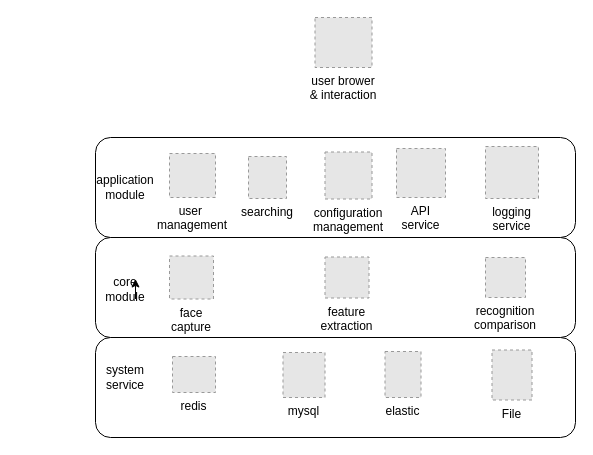
Above: mas_framework.drawio in frankyzf/drawio (draw.io), before the change. Source tidied: cells renumbered, new cells numbered last; positions are measured from the earlier drawing's top-left corner, leaving out a move shared by most shapes. Both pictures are drawn from the tidied source at 100%, with x=0, y=0 at pixel (95, 17). Pictures stored in the file or linked from it are replaced by grey dashed boxes.
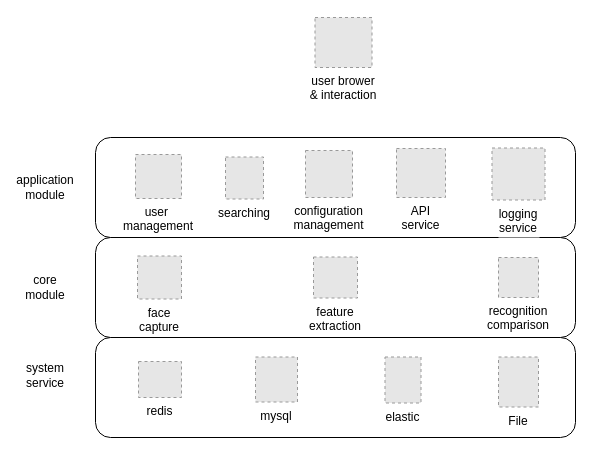
After the change.

The edit, as a diff of the source:
```diff
@@
     <mxCell id="3" value="system service" style="text;html=1;strokeColor=none;fillColor=none;align=center;verticalAlign=middle;whiteSpace=wrap;rounded=0;" parent="1" vertex="1">
-      <mxGeometry x="10" y="350" width="40" height="20" as="geometry" />
+      <mxGeometry x="-70" y="347.5" width="40" height="20" as="geometry" />
     </mxCell>
     <mxCell id="4" value="redis" style="fillColor=#E6E6E6;strokeColor=#999999;dashed=1;verticalLabelPosition=bottom;labelBackgroundColor=#ffffff;verticalAlign=top;" parent="1" vertex="1">
-      <mxGeometry x="77" y="339" width="43" height="36" as="geometry" />
+      <mxGeometry x="43" y="344" width="43" height="36" as="geometry" />
     </mxCell>
     <mxCell id="5" value="mysql" style="fillColor=#E6E6E6;strokeColor=#999999;dashed=1;verticalLabelPosition=bottom;labelBackgroundColor=#ffffff;verticalAlign=top;" parent="1" vertex="1">
-      <mxGeometry x="187.5" y="335" width="42" height="45" as="geometry" />
+      <mxGeometry x="160" y="339.5" width="42" height="45" as="geometry" />
     </mxCell>
     <mxCell id="6" value="elastic" style="fillColor=#E6E6E6;strokeColor=#999999;dashed=1;verticalLabelPosition=bottom;labelBackgroundColor=#ffffff;verticalAlign=top;" parent="1" vertex="1">
-      <mxGeometry x="289.5" y="334" width="36" height="46" as="geometry" />
+      <mxGeometry x="289.5" y="339.5" width="36" height="46" as="geometry" />
     </mxCell>
     <mxCell id="7" value="File" style="fillColor=#E6E6E6;strokeColor=#999999;dashed=1;verticalLabelPosition=bottom;labelBackgroundColor=#ffffff;verticalAlign=top;" parent="1" vertex="1">
-      <mxGeometry x="396.5" y="332.5" width="40" height="50" as="geometry" />
+      <mxGeometry x="403" y="339.5" width="40" height="50" as="geometry" />
     </mxCell>
@@
     <mxCell id="9" value="core module" style="text;html=1;strokeColor=none;fillColor=none;align=center;verticalAlign=middle;whiteSpace=wrap;rounded=0;" parent="1" vertex="1">
-      <mxGeometry x="10" y="261.5" width="40" height="20" as="geometry" />
+      <mxGeometry x="-70" y="260" width="40" height="20" as="geometry" />
     </mxCell>
     <mxCell id="10" value="face&#10;capture" style="fillColor=#E6E6E6;strokeColor=#999999;dashed=1;verticalLabelPosition=bottom;labelBackgroundColor=#ffffff;verticalAlign=top;" parent="1" vertex="1">
-      <mxGeometry x="74" y="238.5" width="44" height="43" as="geometry" />
+      <mxGeometry x="42" y="238.5" width="44" height="43" as="geometry" />
     </mxCell>
     <mxCell id="11" value="feature&#10;extraction" style="fillColor=#E6E6E6;strokeColor=#999999;dashed=1;verticalLabelPosition=bottom;labelBackgroundColor=#ffffff;verticalAlign=top;" parent="1" vertex="1">
-      <mxGeometry x="229.5" y="239.5" width="44" height="41" as="geometry" />
+      <mxGeometry x="218" y="239.5" width="44" height="41" as="geometry" />
     </mxCell>
-    <mxCell id="12" style="edgeStyle=orthogonalEdgeStyle;rounded=0;orthogonalLoop=1;jettySize=auto;html=1;exitX=0.75;exitY=1;exitDx=0;exitDy=0;entryX=0.75;entryY=0;entryDx=0;entryDy=0;" parent="1" edge="1" source="9" target="9">
-      <mxGeometry relative="1" as="geometry" />
-    </mxCell>
     <mxCell id="13" value="recognition&#10;comparison" style="fillColor=#E6E6E6;strokeColor=#999999;dashed=1;verticalLabelPosition=bottom;labelBackgroundColor=#ffffff;verticalAlign=top;" parent="1" vertex="1">
-      <mxGeometry x="390" y="240" width="40" height="40" as="geometry" />
+      <mxGeometry x="403" y="240" width="40" height="40" as="geometry" />
     </mxCell>
@@
     <mxCell id="15" value="application&lt;br&gt;module" style="text;html=1;strokeColor=none;fillColor=none;align=center;verticalAlign=middle;whiteSpace=wrap;rounded=0;" parent="1" vertex="1">
-      <mxGeometry x="10" y="160" width="40" height="20" as="geometry" />
+      <mxGeometry x="-70" y="160" width="40" height="20" as="geometry" />
     </mxCell>
     <mxCell id="16" value="user &#10;management" style="fillColor=#E6E6E6;strokeColor=#999999;dashed=1;verticalLabelPosition=bottom;labelBackgroundColor=#ffffff;verticalAlign=top;" parent="1" vertex="1">
-      <mxGeometry x="74" y="136" width="46" height="44" as="geometry" />
+      <mxGeometry x="40" y="137" width="46" height="44" as="geometry" />
     </mxCell>
     <mxCell id="17" value="searching" style="fillColor=#E6E6E6;strokeColor=#999999;dashed=1;verticalLabelPosition=bottom;labelBackgroundColor=#ffffff;verticalAlign=top;" parent="1" vertex="1">
-      <mxGeometry x="153" y="139" width="38" height="42" as="geometry" />
+      <mxGeometry x="130" y="139.5" width="38" height="42" as="geometry" />
     </mxCell>
     <mxCell id="18" value="configuration&#10;management" style="fillColor=#E6E6E6;strokeColor=#999999;dashed=1;verticalLabelPosition=bottom;labelBackgroundColor=#ffffff;verticalAlign=top;" parent="1" vertex="1">
-      <mxGeometry x="229.5" y="134.5" width="47" height="47" as="geometry" />
+      <mxGeometry x="210" y="133" width="47" height="47" as="geometry" />
     </mxCell>
@@
     <mxCell id="21" value="logging&#10;service" style="fillColor=#E6E6E6;strokeColor=#999999;dashed=1;verticalLabelPosition=bottom;labelBackgroundColor=#ffffff;verticalAlign=top;" parent="1" vertex="1">
-      <mxGeometry x="390" y="129" width="53" height="52" as="geometry" />
+      <mxGeometry x="396.5" y="130.5" width="53" height="52" as="geometry" />
     </mxCell>
```
